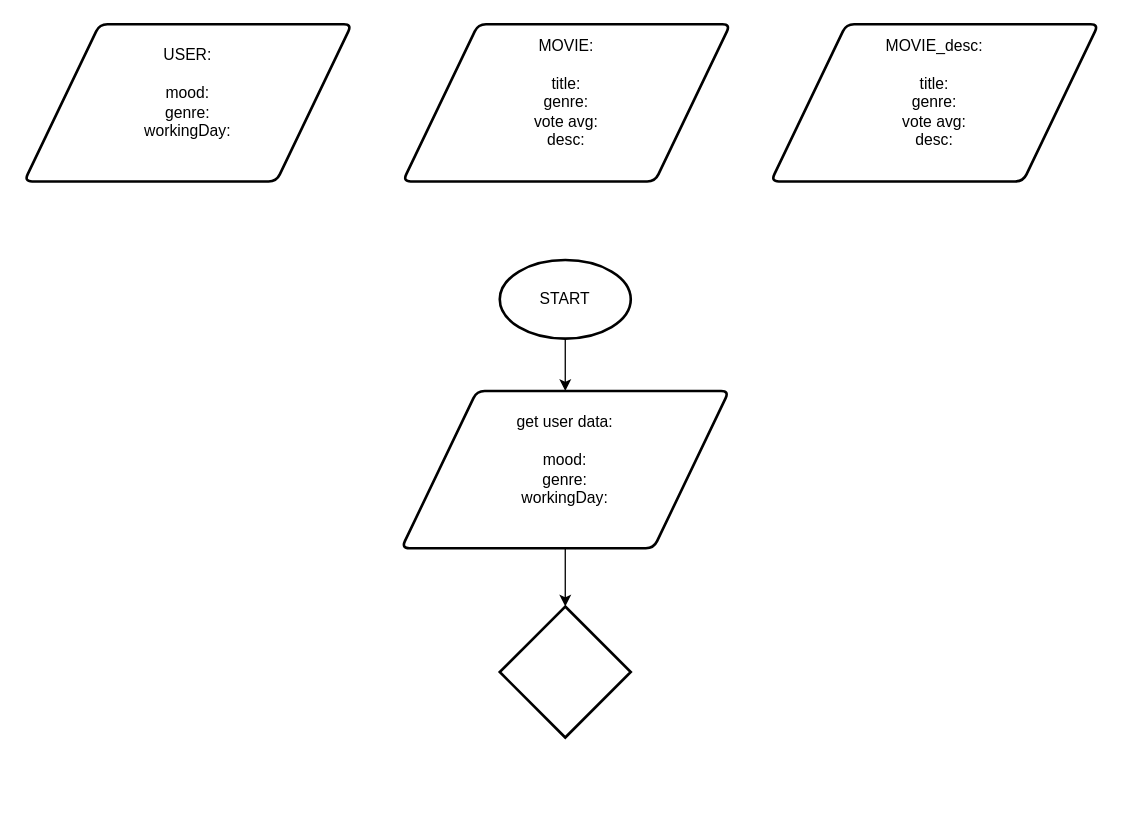
Earlier version of the draw.io diagram Decision_system.drawio (CodeCiepol/movie-advisor). Source tidied: cells renumbered, new cells numbered last; positions are measured from the earlier drawing's top-left corner, leaving out a move shared by most shapes. Both pictures are drawn from the tidied source at 131%, with x=0, y=0 at pixel (24, 24).
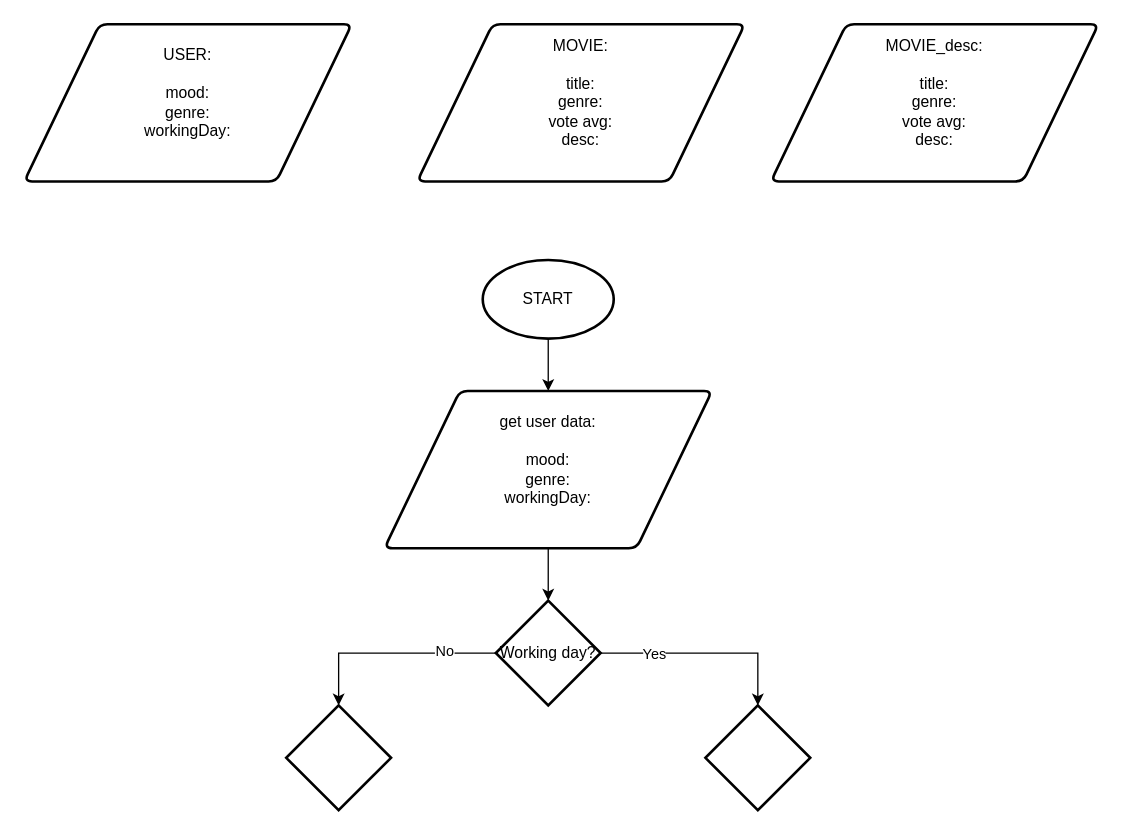
After the change.

What changed in the source:
```diff
@@
 <mxGraphModel>
   <root>
     <mxCell id="0" />
     <mxCell id="1" parent="0" />
-    <mxCell id="2" style="strokeWidth=2;html=1;shape=mxgraph.flowchart.decision;whiteSpace=wrap;" parent="1" vertex="1">
-      <mxGeometry x="363" y="444.5" width="100" height="100" as="geometry" />
-    </mxCell>
     <mxCell id="3" value="&lt;div&gt;USER:&lt;br&gt;&lt;br&gt;&lt;/div&gt;&lt;div&gt;mood:&lt;/div&gt;&lt;div&gt;genre:&lt;/div&gt;&lt;div&gt;workingDay:&lt;/div&gt;&lt;div&gt;&lt;br&gt;&lt;/div&gt;" style="shape=parallelogram;html=1;strokeWidth=2;perimeter=parallelogramPerimeter;whiteSpace=wrap;rounded=1;arcSize=12;size=0.23;" parent="1" vertex="1">
       <mxGeometry width="250" height="120" as="geometry" />
     </mxCell>
     <mxCell id="4" value="&lt;div&gt;MOVIE:&lt;br&gt;&lt;br&gt;&lt;/div&gt;&lt;div&gt;title:&lt;/div&gt;&lt;div&gt;genre:&lt;/div&gt;&lt;div&gt;vote avg:&lt;/div&gt;&lt;div&gt;desc:&lt;br&gt;&lt;/div&gt;&lt;div&gt;&lt;br&gt;&lt;/div&gt;" style="shape=parallelogram;html=1;strokeWidth=2;perimeter=parallelogramPerimeter;whiteSpace=wrap;rounded=1;arcSize=12;size=0.23;" parent="1" vertex="1">
-      <mxGeometry x="289" width="250" height="120" as="geometry" />
+      <mxGeometry x="300" width="250" height="120" as="geometry" />
     </mxCell>
     <mxCell id="5" style="edgeStyle=orthogonalEdgeStyle;rounded=0;jettySize=auto;html=1;exitX=0.5;exitY=1;exitDx=0;exitDy=0;exitPerimeter=0;entryX=0.5;entryY=0;entryDx=0;entryDy=0;" parent="1" edge="1" source="6" target="9">
       <mxGeometry relative="1" as="geometry" />
     </mxCell>
     <mxCell id="6" value="START" style="strokeWidth=2;html=1;shape=mxgraph.flowchart.start_1;whiteSpace=wrap;" parent="1" vertex="1">
-      <mxGeometry x="363" y="180" width="100" height="60" as="geometry" />
+      <mxGeometry x="350" y="180" width="100" height="60" as="geometry" />
     </mxCell>
     <mxCell id="7" value="&lt;div&gt;MOVIE_desc:&lt;br&gt;&lt;br&gt;&lt;/div&gt;&lt;div&gt;title:&lt;/div&gt;&lt;div&gt;genre:&lt;/div&gt;&lt;div&gt;vote avg:&lt;/div&gt;&lt;div&gt;desc:&lt;br&gt;&lt;/div&gt;&lt;div&gt;&lt;br&gt;&lt;/div&gt;" style="shape=parallelogram;html=1;strokeWidth=2;perimeter=parallelogramPerimeter;whiteSpace=wrap;rounded=1;arcSize=12;size=0.23;" parent="1" vertex="1">
       <mxGeometry x="570" width="250" height="120" as="geometry" />
     </mxCell>
-    <mxCell id="8" style="edgeStyle=orthogonalEdgeStyle;rounded=0;jettySize=auto;html=1;" parent="1" edge="1" source="9" target="2">
-      <mxGeometry relative="1" as="geometry" />
-    </mxCell>
+    <mxCell id="10" style="edgeStyle=orthogonalEdgeStyle;rounded=0;jettySize=auto;html=1;" parent="1" edge="1" source="9" target="16">
+      <mxGeometry relative="1" as="geometry" />
+    </mxCell>
     <mxCell id="9" value="&lt;div&gt;get user data: &lt;br&gt;&lt;br&gt;&lt;/div&gt;&lt;div&gt;mood:&lt;/div&gt;&lt;div&gt;genre:&lt;/div&gt;&lt;div&gt;workingDay:&lt;/div&gt;&lt;div&gt;&lt;br&gt;&lt;/div&gt;" style="shape=parallelogram;html=1;strokeWidth=2;perimeter=parallelogramPerimeter;whiteSpace=wrap;rounded=1;arcSize=12;size=0.23;" parent="1" vertex="1">
-      <mxGeometry x="288" y="280" width="250" height="120" as="geometry" />
+      <mxGeometry x="275" y="280" width="250" height="120" as="geometry" />
     </mxCell>
+    <mxCell id="11" style="rhombus;whiteSpace=wrap;html=1;strokeWidth=2;" parent="1" vertex="1">
+      <mxGeometry x="200" y="520" width="80" height="80" as="geometry" />
+    </mxCell>
+    <mxCell id="12" style="edgeStyle=orthogonalEdgeStyle;rounded=0;jettySize=auto;html=1;entryX=0.5;entryY=0;entryDx=0;entryDy=0;" parent="1" edge="1" source="16" target="11">
+      <mxGeometry relative="1" as="geometry" />
+    </mxCell>
+    <mxCell id="13" value="No" style="edgeLabel;html=1;align=center;verticalAlign=middle;" parent="12" vertex="1">
+      <mxGeometry x="-0.56" y="-2" relative="1" as="geometry">
+        <mxPoint x="-5" as="offset" />
+      </mxGeometry>
+    </mxCell>
+    <mxCell id="14" style="edgeStyle=orthogonalEdgeStyle;rounded=0;jettySize=auto;html=1;" parent="1" edge="1" source="16" target="17">
+      <mxGeometry relative="1" as="geometry">
+        <Array as="points">
+          <mxPoint x="560" y="480" />
+        </Array>
+      </mxGeometry>
+    </mxCell>
+    <mxCell id="15" value="Yes" style="edgeLabel;html=1;align=center;verticalAlign=middle;" parent="14" vertex="1">
+      <mxGeometry x="-0.62" relative="1" as="geometry">
+        <mxPoint x="10" as="offset" />
+      </mxGeometry>
+    </mxCell>
+    <mxCell id="16" value="Working day?" style="rhombus;whiteSpace=wrap;html=1;strokeWidth=2;" parent="1" vertex="1">
+      <mxGeometry x="360" y="440" width="80" height="80" as="geometry" />
+    </mxCell>
+    <mxCell id="17" style="rhombus;whiteSpace=wrap;html=1;strokeWidth=2;" parent="1" vertex="1">
+      <mxGeometry x="520" y="520" width="80" height="80" as="geometry" />
+    </mxCell>
   </root>
 </mxGraphModel>
```
